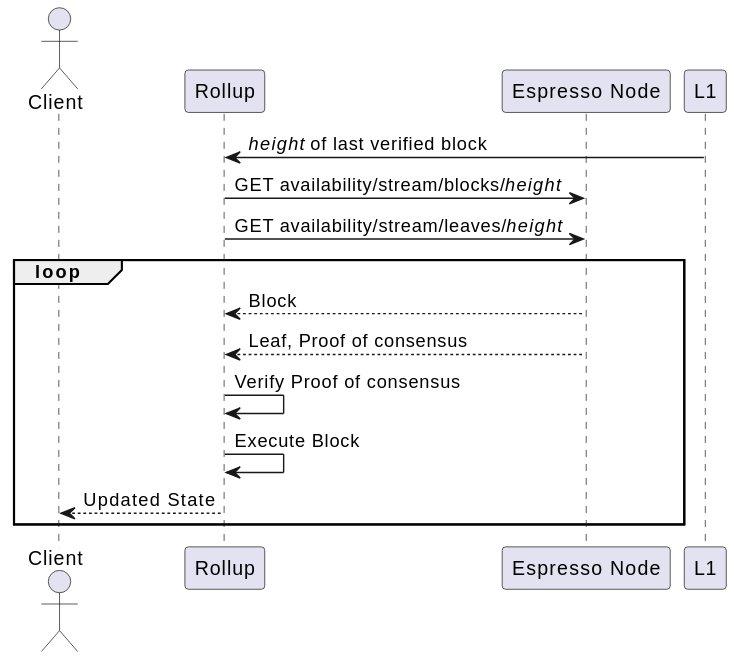
Before: doc/full-node-sequencer-integration.svg, a diagram exported from PlantUML (EspressoSystems/espresso-sequencer).
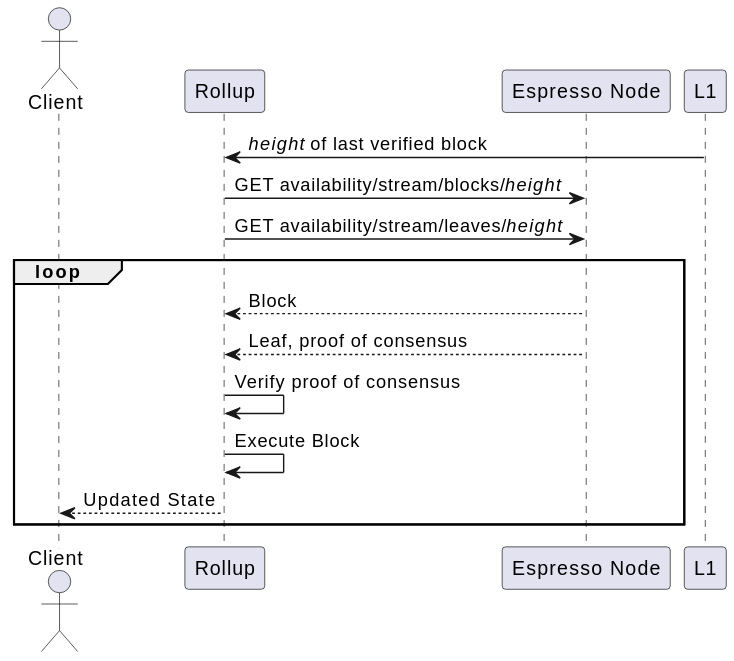
Above is the later version.

Diff of the diagram source:
```diff
@@ -11,8 +11,8 @@
 
 loop
 Rollup <-- EspNode : Block
-Rollup <-- EspNode : Leaf, Proof of consensus
-Rollup -> Rollup : Verify Proof of consensus
+Rollup <-- EspNode : Leaf, proof of consensus
+Rollup -> Rollup : Verify proof of consensus
 Rollup -> Rollup : Execute Block
 Rollup --> Client: Updated State
 end
```
